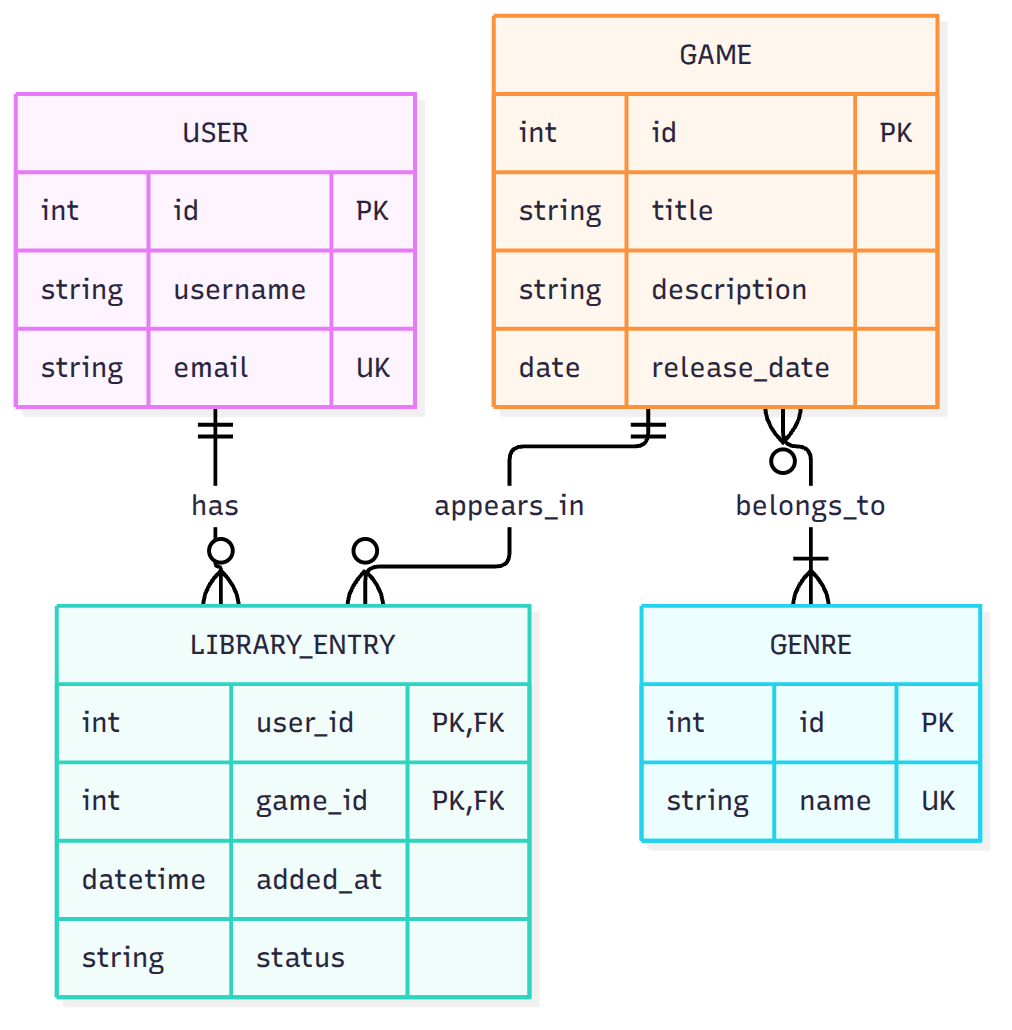
Before: Lab1/model.png, a diagram exported from Mermaid (Bbg0kif/KPI). Its source is kept beside it as Lab1/model.mmd. Source of this version:
```mermaid
erDiagram
    USER ||--o{ LIBRARY_ENTRY : has
    GAME ||--o{ LIBRARY_ENTRY : appears_in
    GAME }o--|{ GENRE : belongs_to

    USER {
        int id PK
        string username
        string email UK
    }

    GAME {
        int id PK
        string title
        string description
        date release_date
    }

    GENRE {
        int id PK
        string name UK
    }

    LIBRARY_ENTRY {
        int user_id PK, FK
        int game_id PK, FK
        datetime added_at
        string status
    }
```
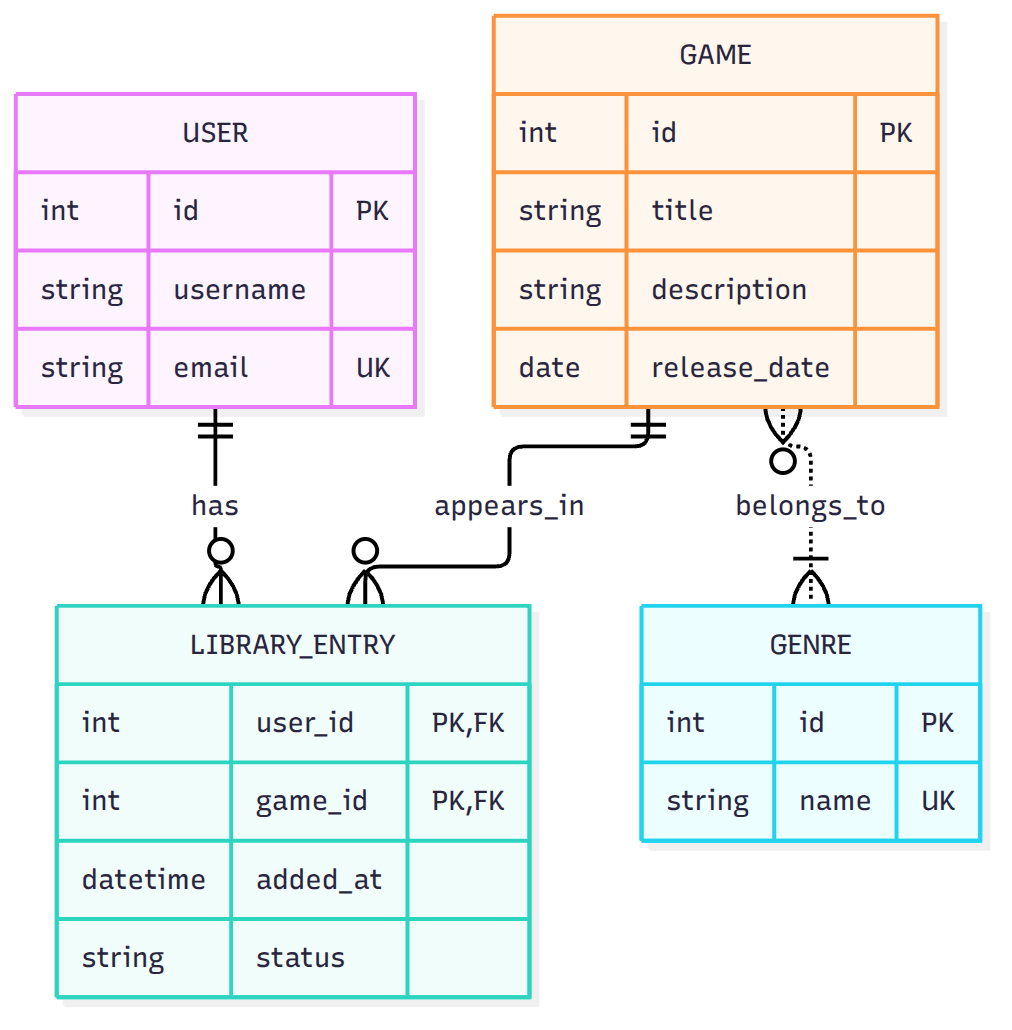
Later version of the same file.

Commit message:
fix GAME-GENRE relationship identification

What changed in the source:
```diff
@@ -1,7 +1,7 @@
 erDiagram
     USER ||--o{ LIBRARY_ENTRY : has
     GAME ||--o{ LIBRARY_ENTRY : appears_in
-    GAME }o--|{ GENRE : belongs_to
+    GAME }o..|{ GENRE : belongs_to
 
     USER {
         int id PK
```
